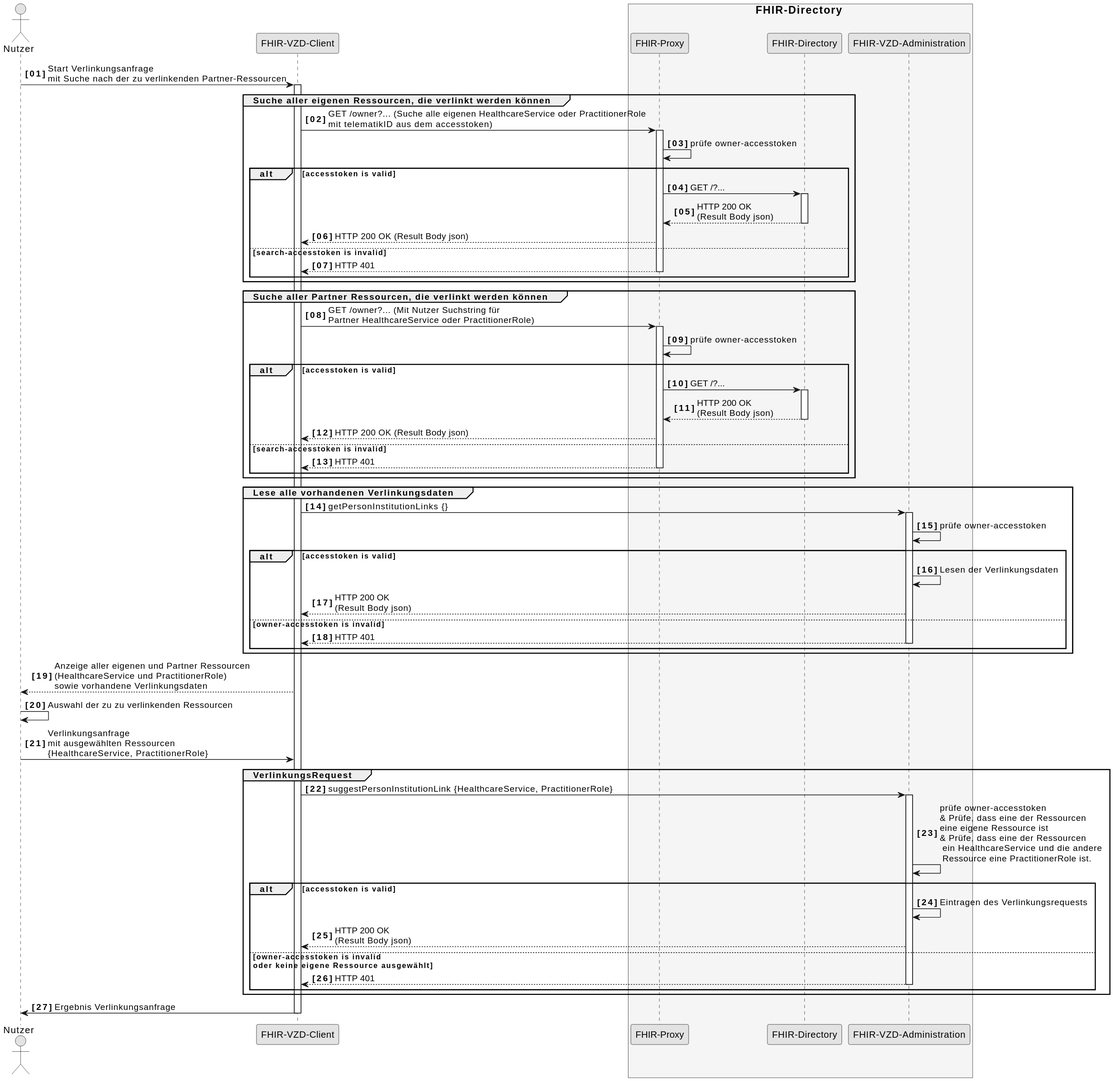
The PlantUML diagram images/diagrams/SequenceDiagram.FHIR-Directory.LinkRequest.svg in gematik/api-vzd, before a commit.
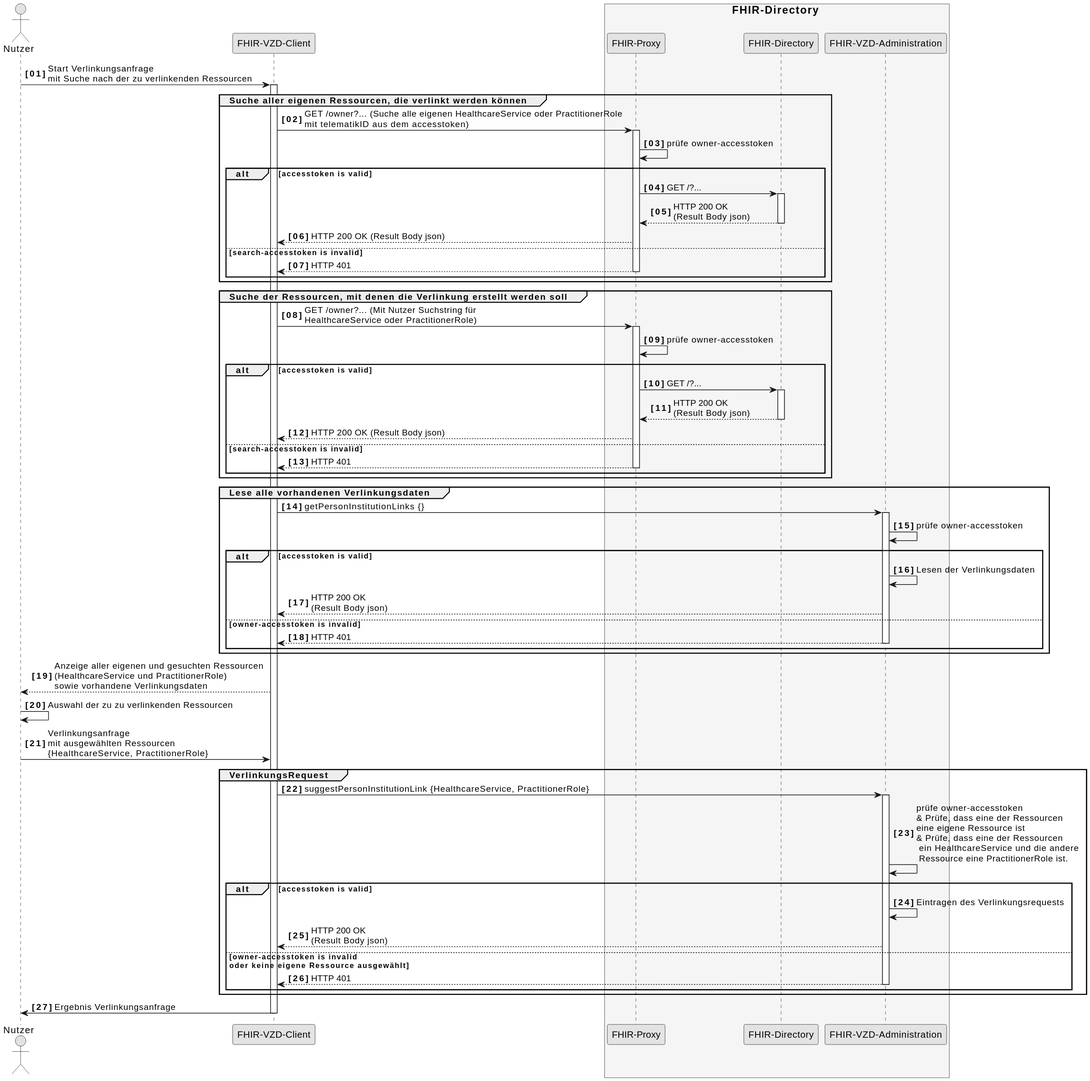
After the change.

Commit message:
Commit from GitHub Actions (GeneratePlantumlImages)

What changed in the source:
```diff
@@ -12,7 +12,7 @@
   participant fa as "FHIR-VZD-Administration"
 end box
 
-Nutzer -> cl:Start Verlinkungsanfrage \nmit Suche nach der zu verlinkenden Partner-Ressourcen
+Nutzer -> cl:Start Verlinkungsanfrage \nmit Suche nach der zu verlinkenden Ressourcen
 activate cl
 
 group Suche aller eigenen Ressourcen, die verlinkt werden können
@@ -32,8 +32,8 @@
      end
 end
 
-group Suche aller Partner Ressourcen, die verlinkt werden können
-  cl -> fp: GET /owner?... (Mit Nutzer Suchstring für \nPartner HealthcareService oder PractitionerRole)
+group Suche der Ressourcen, mit denen die Verlinkung erstellt werden soll
+  cl -> fp: GET /owner?... (Mit Nutzer Suchstring für \nHealthcareService oder PractitionerRole)
   activate fp
   fp -> fp: prüfe owner-accesstoken
 
@@ -63,7 +63,7 @@
      end
 end
 
-cl --> Nutzer:Anzeige aller eigenen und Partner Ressourcen \n(HealthcareService und PractitionerRole) \nsowie vorhandene Verlinkungsdaten
+cl --> Nutzer:Anzeige aller eigenen und gesuchten Ressourcen \n(HealthcareService und PractitionerRole) \nsowie vorhandene Verlinkungsdaten
 Nutzer -> Nutzer: Auswahl der zu zu verlinkenden Ressourcen
 Nutzer -> cl: Verlinkungsanfrage \nmit ausgewählten Ressourcen \n{HealthcareService, PractitionerRole}
 
```
